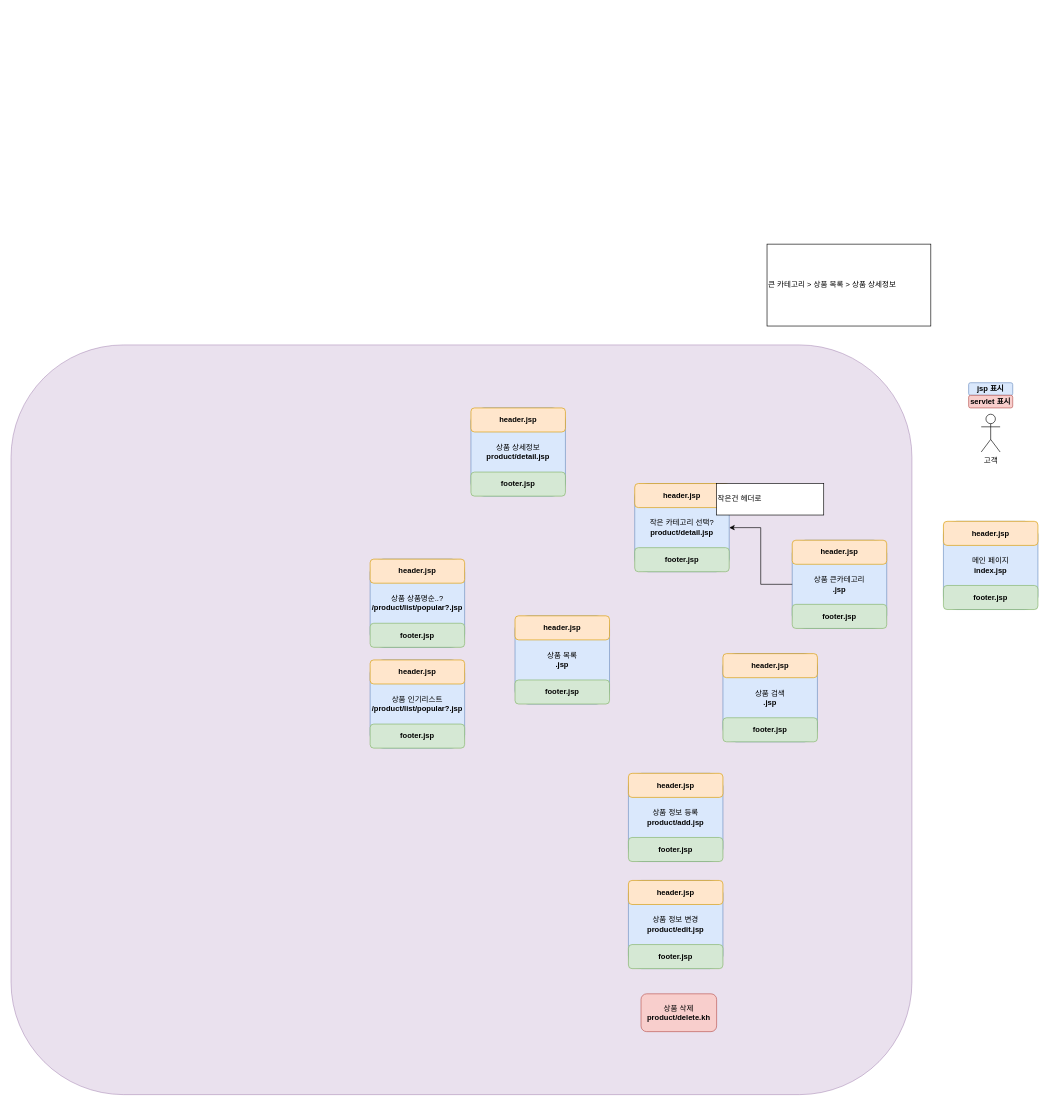
The draw.io diagram kh8semi4/Untitled Diagram.drawio in dyless0811/KIM4PACKJANG, before the edit. Source tidied: cells renumbered, new cells numbered last; positions are measured from the earlier drawing's top-left corner, leaving out a move shared by most shapes. Both pictures are drawn from the tidied source at 63%, with x=0, y=0 at pixel (11, 244).
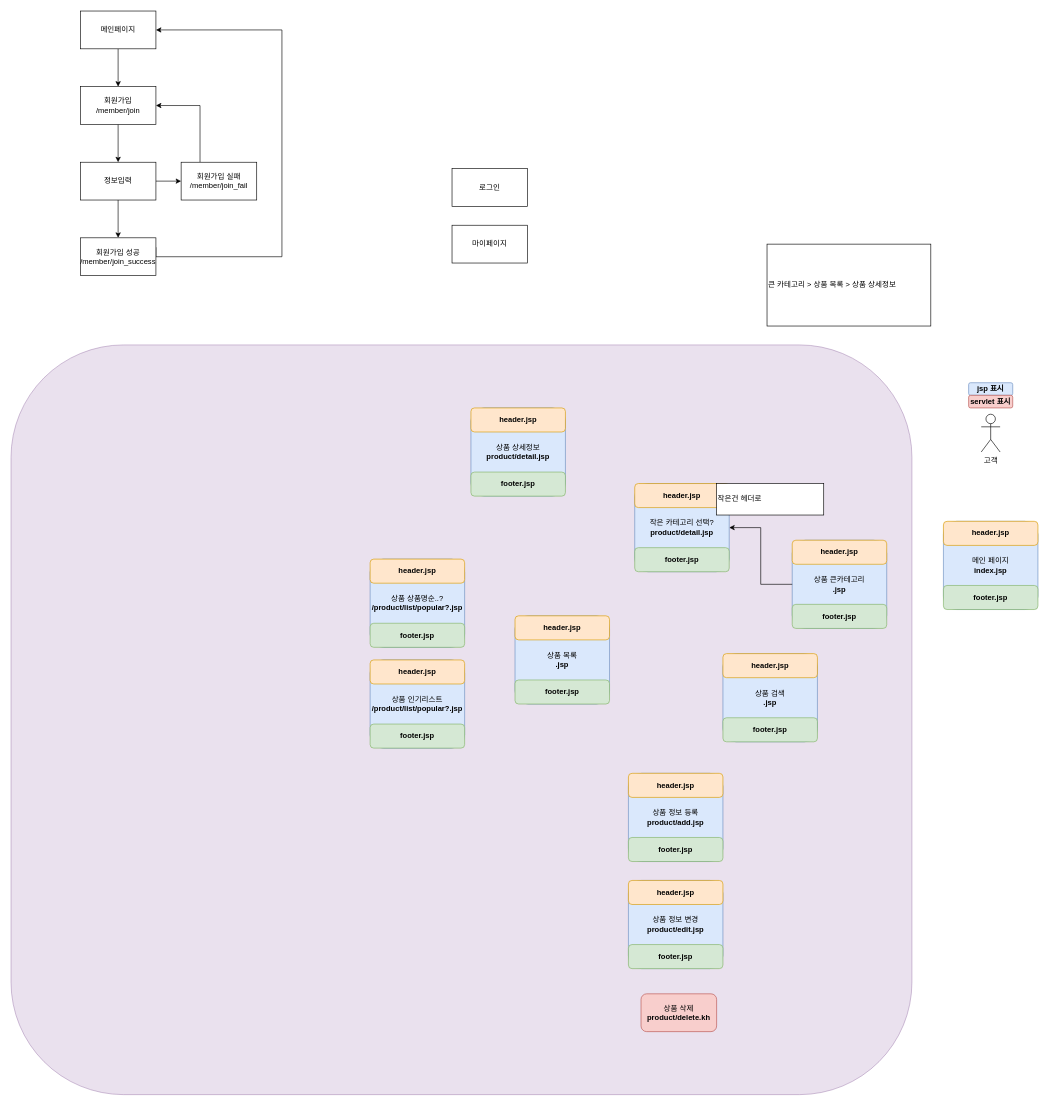
After the change.

What changed in the source:
```diff
@@
+    <mxCell id="51" style="edgeStyle=orthogonalEdgeStyle;rounded=0;jettySize=auto;html=1;" parent="1" edge="1" source="52" target="55">
+      <mxGeometry relative="1" as="geometry" />
+    </mxCell>
+    <mxCell id="52" value="회원가입&lt;br&gt;/member/join" style="rounded=0;whiteSpace=wrap;html=1;" parent="1" vertex="1">
+      <mxGeometry x="110" y="-250" width="120" height="60" as="geometry" />
+    </mxCell>
+    <mxCell id="53" style="edgeStyle=orthogonalEdgeStyle;rounded=0;jettySize=auto;html=1;" parent="1" edge="1" source="55" target="57">
+      <mxGeometry relative="1" as="geometry" />
+    </mxCell>
+    <mxCell id="54" style="edgeStyle=orthogonalEdgeStyle;rounded=0;jettySize=auto;html=1;" parent="1" edge="1" source="55" target="61">
+      <mxGeometry relative="1" as="geometry" />
+    </mxCell>
+    <mxCell id="55" value="정보입력" style="rounded=0;whiteSpace=wrap;html=1;" parent="1" vertex="1">
+      <mxGeometry x="110" y="-130" width="120" height="60" as="geometry" />
+    </mxCell>
+    <mxCell id="56" style="edgeStyle=orthogonalEdgeStyle;rounded=0;jettySize=auto;html=1;exitX=1;exitY=0.25;exitDx=0;exitDy=0;entryX=1;entryY=0.5;entryDx=0;entryDy=0;" parent="1" edge="1" source="57" target="59">
+      <mxGeometry relative="1" as="geometry">
+        <Array as="points">
+          <mxPoint x="230" y="20" />
+          <mxPoint x="430" y="20" />
+          <mxPoint x="430" y="-340" />
+        </Array>
+      </mxGeometry>
+    </mxCell>
+    <mxCell id="57" value="회원가입 성공&lt;br&gt;/member/join_success" style="rounded=0;whiteSpace=wrap;html=1;" parent="1" vertex="1">
+      <mxGeometry x="110" y="-10" width="120" height="60" as="geometry" />
+    </mxCell>
+    <mxCell id="58" style="edgeStyle=orthogonalEdgeStyle;rounded=0;jettySize=auto;html=1;" parent="1" edge="1" source="59" target="52">
+      <mxGeometry relative="1" as="geometry" />
+    </mxCell>
+    <mxCell id="59" value="메인페이지" style="rounded=0;whiteSpace=wrap;html=1;" parent="1" vertex="1">
+      <mxGeometry x="110" y="-370" width="120" height="60" as="geometry" />
+    </mxCell>
+    <mxCell id="60" style="edgeStyle=orthogonalEdgeStyle;rounded=0;jettySize=auto;html=1;exitX=0.25;exitY=0;exitDx=0;exitDy=0;entryX=1;entryY=0.5;entryDx=0;entryDy=0;" parent="1" edge="1" source="61" target="52">
+      <mxGeometry relative="1" as="geometry" />
+    </mxCell>
+    <mxCell id="61" value="회원가입 실패&lt;br&gt;/member/join_fail" style="rounded=0;whiteSpace=wrap;html=1;" parent="1" vertex="1">
+      <mxGeometry x="270" y="-130" width="120" height="60" as="geometry" />
+    </mxCell>
+    <mxCell id="62" value="로그인" style="rounded=0;whiteSpace=wrap;html=1;" parent="1" vertex="1">
+      <mxGeometry x="700" y="-120" width="120" height="60" as="geometry" />
+    </mxCell>
+    <mxCell id="63" value="마이페이지" style="rounded=0;whiteSpace=wrap;html=1;" parent="1" vertex="1">
+      <mxGeometry x="700" y="-30" width="120" height="60" as="geometry" />
+    </mxCell>
```
